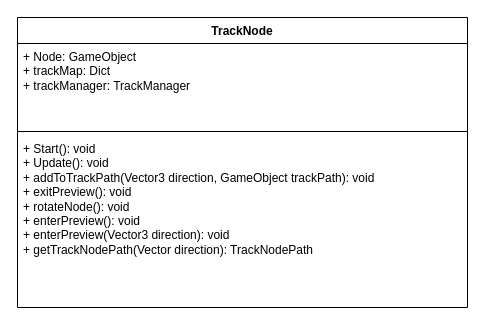
Before: Untitled Diagram.drawio in imohamedibrahim/Random-Cricket, a draw.io diagram. Source tidied: cells renumbered, new cells numbered last; positions are measured from the earlier drawing's top-left corner, leaving out a move shared by most shapes. Both pictures are drawn from the tidied source at 100%, with x=0, y=0 at pixel (17, 17).
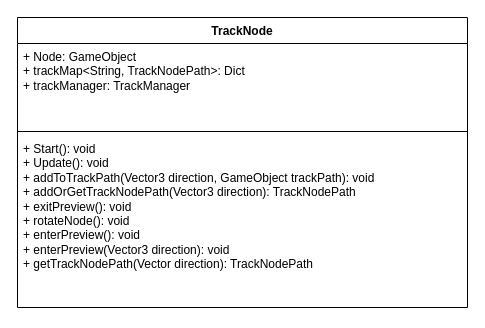
Above is the later version.

Commit message:
TrackNode class Updated

The edit, as a diff of the source:
```diff
@@
 <mxGraphModel>
   <root>
     <mxCell id="0" />
     <mxCell id="1" parent="0" />
     <mxCell id="2" value="TrackNode" style="swimlane;fontStyle=1;align=center;verticalAlign=top;horizontal=1;startSize=26;whiteSpace=wrap;html=1;" parent="1" vertex="1">
       <mxGeometry width="450" height="290" as="geometry" />
     </mxCell>
-    <mxCell id="3" value="+ Node: GameObject&lt;br&gt;+ trackMap: Dict&lt;br&gt;+ trackManager: TrackManager" style="text;strokeColor=none;fillColor=none;align=left;verticalAlign=top;spacingLeft=4;spacingRight=4;overflow=hidden;whiteSpace=wrap;html=1;" parent="2" vertex="1">
+    <mxCell id="3" value="+ Node: GameObject&lt;br&gt;+ trackMap&amp;lt;String, TrackNodePath&amp;gt;: Dict&lt;br&gt;+ trackManager: TrackManager" style="text;strokeColor=none;fillColor=none;align=left;verticalAlign=top;spacingLeft=4;spacingRight=4;overflow=hidden;whiteSpace=wrap;html=1;" parent="2" vertex="1">
       <mxGeometry y="26" width="450" height="84" as="geometry" />
     </mxCell>
     <mxCell id="4" style="line;strokeWidth=1;fillColor=none;align=left;verticalAlign=middle;spacingTop=-1;spacingLeft=3;spacingRight=3;labelPosition=right;strokeColor=inherit;" parent="2" vertex="1">
       <mxGeometry y="110" width="450" height="8" as="geometry" />
     </mxCell>
-    <mxCell id="5" value="+ Start(): void&lt;br&gt;+ Update(): void&lt;br&gt;+ addToTrackPath(Vector3 direction, GameObject trackPath): void&lt;br&gt;+ exitPreview(): void&lt;br&gt;+ rotateNode(): void&lt;br&gt;+ enterPreview(): void&lt;br&gt;+ enterPreview(Vector3 direction): void&lt;br&gt;+ getTrackNodePath(Vector direction): TrackNodePath" style="text;strokeColor=none;fillColor=none;align=left;verticalAlign=top;spacingLeft=4;spacingRight=4;overflow=hidden;whiteSpace=wrap;html=1;" parent="2" vertex="1">
+    <mxCell id="5" value="+ Start(): void&lt;br&gt;+ Update(): void&lt;br&gt;+ addToTrackPath(Vector3 direction, GameObject trackPath): void&lt;br&gt;+&amp;nbsp;addOrGetTrackNodePath(Vector3 direction): TrackNodePath&lt;br&gt;+ exitPreview(): void&lt;br&gt;+ rotateNode(): void&lt;br&gt;+ enterPreview(): void&lt;br&gt;+ enterPreview(Vector3 direction): void&lt;br&gt;+ getTrackNodePath(Vector direction): TrackNodePath" style="text;strokeColor=none;fillColor=none;align=left;verticalAlign=top;spacingLeft=4;spacingRight=4;overflow=hidden;whiteSpace=wrap;html=1;" parent="2" vertex="1">
       <mxGeometry y="118" width="450" height="172" as="geometry" />
     </mxCell>
   </root>
 </mxGraphModel>
```
